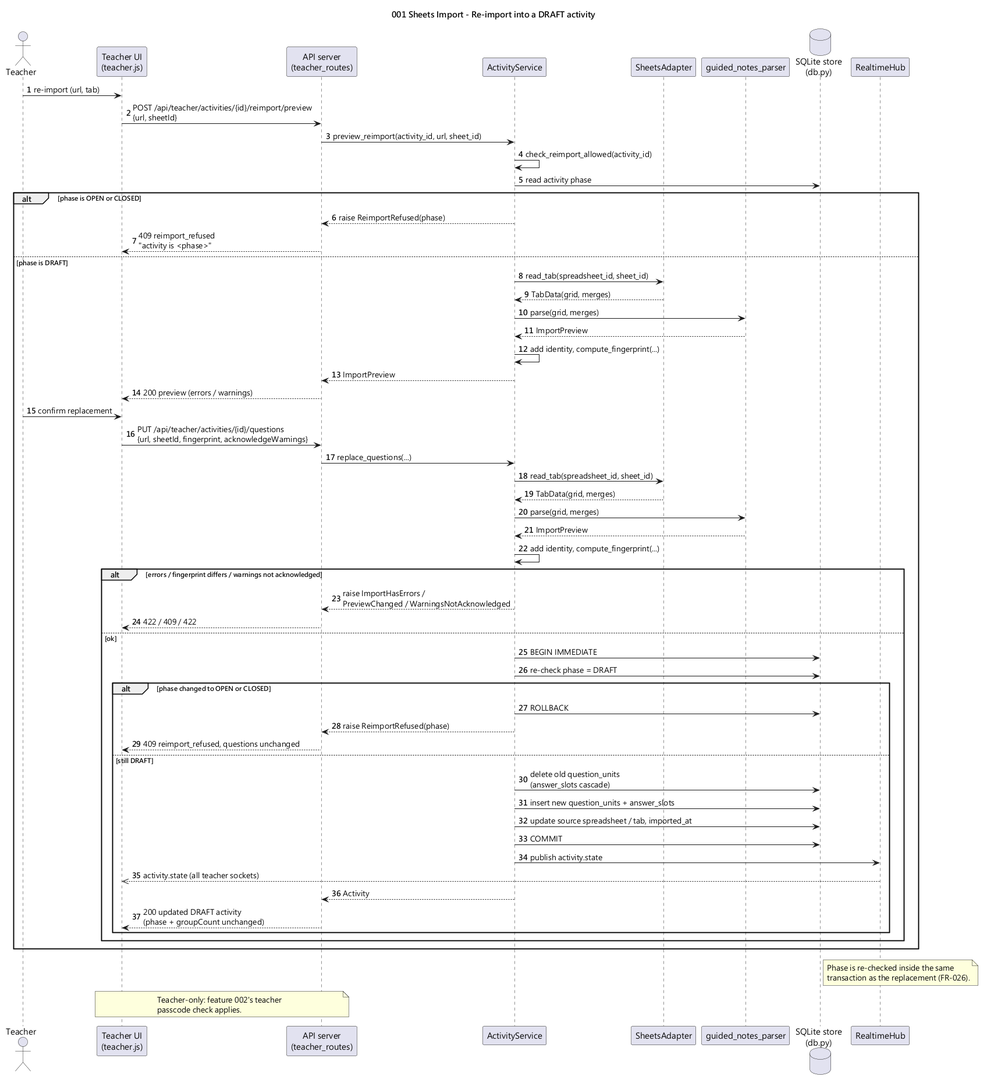
Before: diagrams/001-seq-reimport.png, a diagram exported from PlantUML (WasabiSaikou/quiz-buzzer).
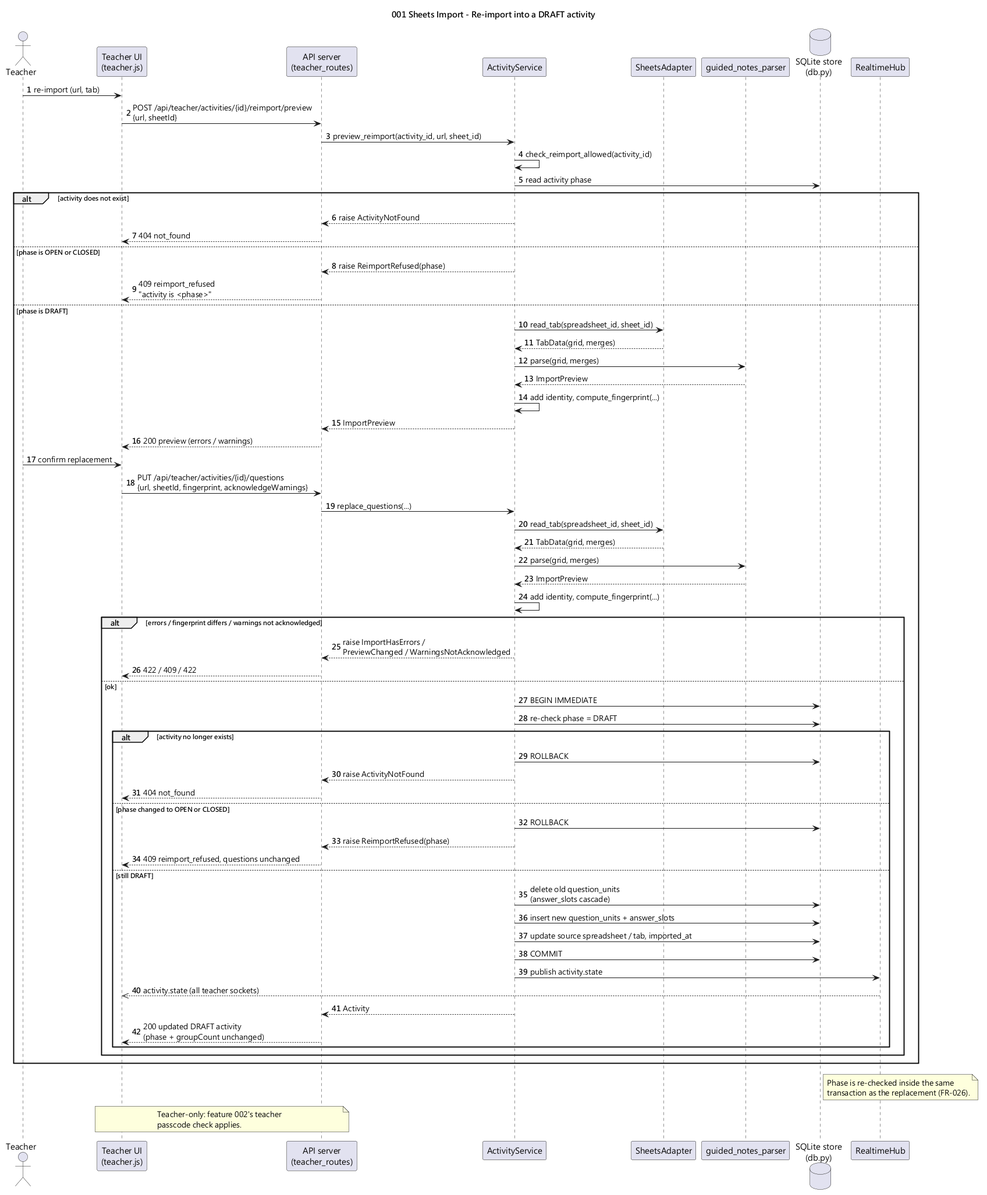
Above is the later version.

Commit message:
chore(001): Phase 6 polish - log hygiene, perf, verification records, diagram check

Change to the diagram source:
```diff
@@ -19,7 +19,10 @@
 API -> ACT : preview_reimport(activity_id, url, sheet_id)
 ACT -> ACT : check_reimport_allowed(activity_id)
 ACT -> DB : read activity phase
-alt phase is OPEN or CLOSED
+alt activity does not exist
+  ACT --> API : raise ActivityNotFound
+  API --> TUI : 404 not_found
+else phase is OPEN or CLOSED
   ACT --> API : raise ReimportRefused(phase)
   API --> TUI : 409 reimport_refused\n"activity is <phase>"
 else phase is DRAFT
@@ -44,7 +47,11 @@
   else ok
     ACT -> DB : BEGIN IMMEDIATE
     ACT -> DB : re-check phase = DRAFT
-    alt phase changed to OPEN or CLOSED
+    alt activity no longer exists
+      ACT -> DB : ROLLBACK
+      ACT --> API : raise ActivityNotFound
+      API --> TUI : 404 not_found
+    else phase changed to OPEN or CLOSED
       ACT -> DB : ROLLBACK
       ACT --> API : raise ReimportRefused(phase)
       API --> TUI : 409 reimport_refused, questions unchanged
```
